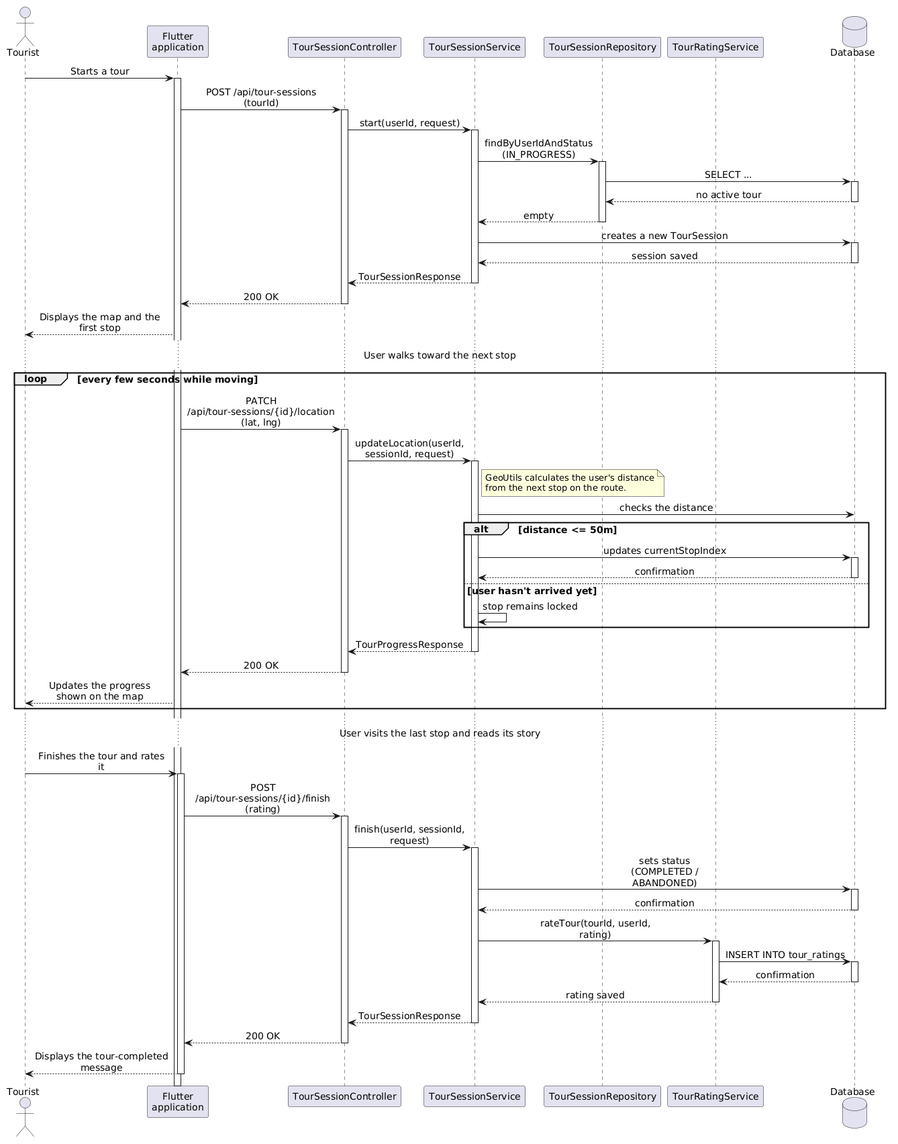
The PlantUML diagram slike/Tura.png in ffilko/diplomski-rad-filip-filko, before a commit. Its diagram source:
```plantuml
@startuml
skinparam sequenceMessageAlign center
skinparam maxMessageSize 200
skinparam defaultFontSize 14
skinparam noteFontSize 13

actor Tourist
participant "Flutter\napplication" as App
participant "TourSessionController" as TSC
participant "TourSessionService" as TSS
participant "TourSessionRepository" as TSR
participant "TourRatingService" as TRS
database "Database" as DB

Tourist -> App: Starts a tour
activate App
App -> TSC: POST /api/tour-sessions\n(tourId)
activate TSC
TSC -> TSS: start(userId, request)
activate TSS
TSS -> TSR: findByUserIdAndStatus\n(IN_PROGRESS)
activate TSR
TSR -> DB: SELECT ...
activate DB
DB --> TSR: no active tour
deactivate DB
TSR --> TSS: empty
deactivate TSR
TSS -> DB: creates a new TourSession
activate DB
DB --> TSS: session saved
deactivate DB
TSS --> TSC: TourSessionResponse
deactivate TSS
TSC --> App: 200 OK
deactivate TSC
App --> Tourist: Displays the map and the first stop

... User walks toward the next stop ...

loop every few seconds while moving
App -> TSC: PATCH /api/tour-sessions/{id}/location\n(lat, lng)
activate TSC
TSC -> TSS: updateLocation(userId, sessionId, request)
activate TSS
note right of TSS
  GeoUtils calculates the user's distance
  from the next stop on the route.
end note
TSS -> DB: checks the distance
alt distance <= 50m
  TSS -> DB: updates currentStopIndex
  activate DB
  DB --> TSS: confirmation
  deactivate DB
else user hasn't arrived yet
  TSS -> TSS: stop remains locked
end
TSS --> TSC: TourProgressResponse
deactivate TSS
TSC --> App: 200 OK
deactivate TSC
App --> Tourist: Updates the progress shown on the map
end

... User visits the last stop and reads its story ...

Tourist -> App: Finishes the tour and rates it
activate App
App -> TSC: POST /api/tour-sessions/{id}/finish\n(rating)
activate TSC
TSC -> TSS: finish(userId, sessionId, request)
activate TSS
TSS -> DB: sets status\n(COMPLETED / ABANDONED)
activate DB
DB --> TSS: confirmation
deactivate DB
TSS -> TRS: rateTour(tourId, userId, rating)
activate TRS
TRS -> DB: INSERT INTO tour_ratings
activate DB
DB --> TRS: confirmation
deactivate DB
TRS --> TSS: rating saved
deactivate TRS
TSS --> TSC: TourSessionResponse
deactivate TSS
TSC --> App: 200 OK
deactivate TSC
App --> Tourist: Displays the tour-completed message
deactivate App
@enduml
```
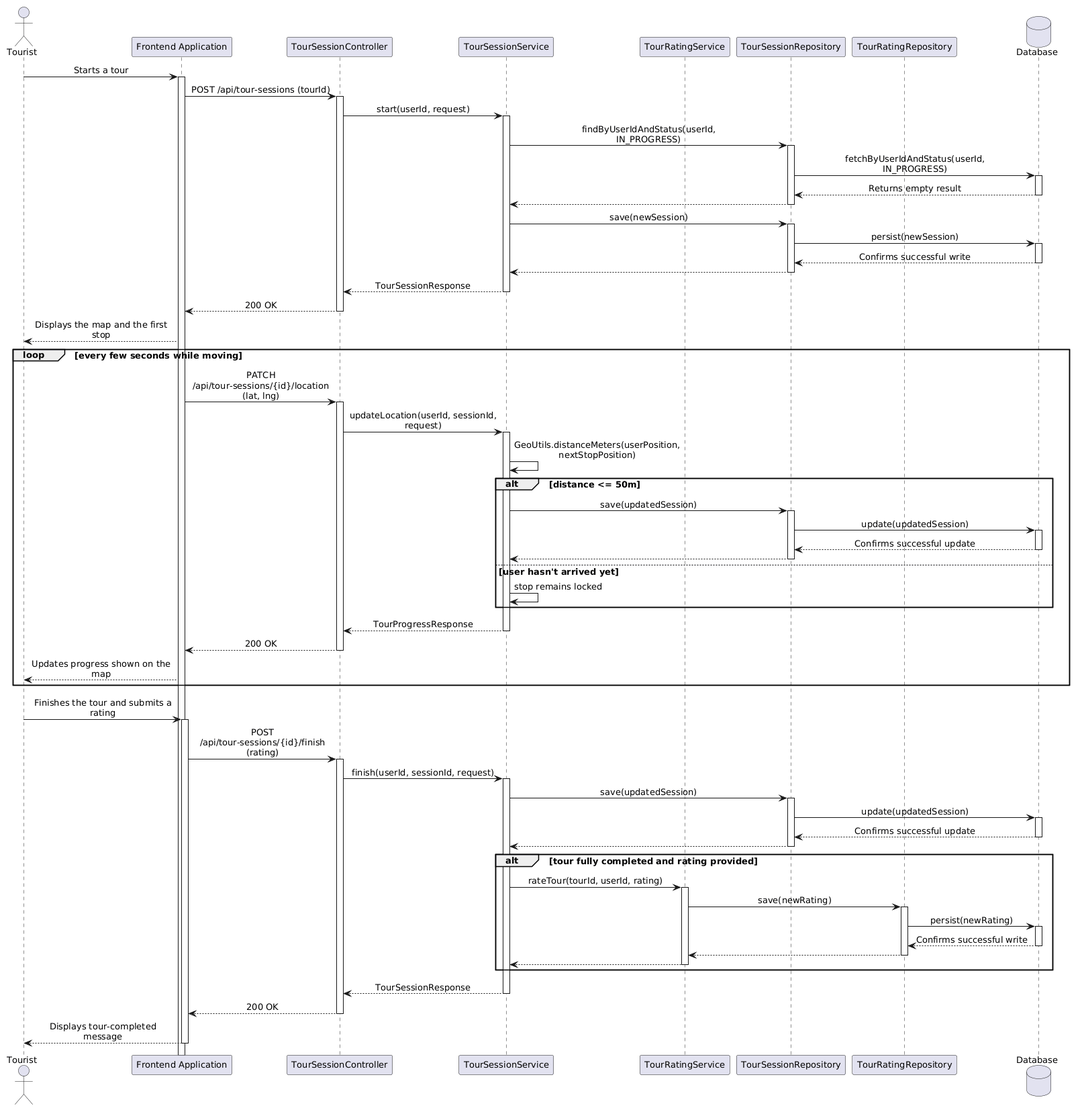
After the change.

Diff of the diagram source:
```diff
@@ -1,58 +1,61 @@
 @startuml
 skinparam sequenceMessageAlign center
-skinparam maxMessageSize 200
-skinparam defaultFontSize 14
-skinparam noteFontSize 13
+skinparam maxMessageSize 220
+skinparam defaultFontSize 13
 
 actor Tourist
-participant "Flutter\napplication" as App
+participant "Frontend Application" as App
 participant "TourSessionController" as TSC
 participant "TourSessionService" as TSS
+participant "TourRatingService" as TRS
 participant "TourSessionRepository" as TSR
-participant "TourRatingService" as TRS
+participant "TourRatingRepository" as TRR
 database "Database" as DB
 
 Tourist -> App: Starts a tour
 activate App
-App -> TSC: POST /api/tour-sessions\n(tourId)
+App -> TSC: POST /api/tour-sessions (tourId)
 activate TSC
 TSC -> TSS: start(userId, request)
 activate TSS
-TSS -> TSR: findByUserIdAndStatus\n(IN_PROGRESS)
+TSS -> TSR: findByUserIdAndStatus(userId, IN_PROGRESS)
 activate TSR
-TSR -> DB: SELECT ...
+TSR -> DB: fetchByUserIdAndStatus(userId, IN_PROGRESS)
 activate DB
-DB --> TSR: no active tour
+DB --> TSR: Returns empty result
 deactivate DB
-TSR --> TSS: empty
+TSR --> TSS
 deactivate TSR
-TSS -> DB: creates a new TourSession
+TSS -> TSR: save(newSession)
+activate TSR
+TSR -> DB: persist(newSession)
 activate DB
-DB --> TSS: session saved
+DB --> TSR: Confirms successful write
 deactivate DB
+TSR --> TSS
+deactivate TSR
 TSS --> TSC: TourSessionResponse
 deactivate TSS
 TSC --> App: 200 OK
 deactivate TSC
 App --> Tourist: Displays the map and the first stop
 
-... User walks toward the next stop ...
 
 loop every few seconds while moving
-App -> TSC: PATCH /api/tour-sessions/{id}/location\n(lat, lng)
+App -> TSC: PATCH /api/tour-sessions/{id}/location (lat, lng)
 activate TSC
 TSC -> TSS: updateLocation(userId, sessionId, request)
 activate TSS
-note right of TSS
-  GeoUtils calculates the user's distance
-  from the next stop on the route.
-end note
-TSS -> DB: checks the distance
+TSS -> TSS: GeoUtils.distanceMeters(userPosition, nextStopPosition)
 alt distance <= 50m
-  TSS -> DB: updates currentStopIndex
+  TSS -> TSR: save(updatedSession)
+  activate TSR
+  TSR -> DB: update(updatedSession)
   activate DB
-  DB --> TSS: confirmation
+  DB --> TSR: Confirms successful update
   deactivate DB
+  TSR --> TSS
+  deactivate TSR
 else user hasn't arrived yet
   TSS -> TSS: stop remains locked
 end
@@ -60,33 +63,41 @@
 deactivate TSS
 TSC --> App: 200 OK
 deactivate TSC
-App --> Tourist: Updates the progress shown on the map
+App --> Tourist: Updates progress shown on the map
 end
 
-... User visits the last stop and reads its story ...
-
-Tourist -> App: Finishes the tour and rates it
+Tourist -> App: Finishes the tour and submits a rating
 activate App
-App -> TSC: POST /api/tour-sessions/{id}/finish\n(rating)
+App -> TSC: POST /api/tour-sessions/{id}/finish (rating)
 activate TSC
 TSC -> TSS: finish(userId, sessionId, request)
 activate TSS
-TSS -> DB: sets status\n(COMPLETED / ABANDONED)
+TSS -> TSR: save(updatedSession)
+activate TSR
+TSR -> DB: update(updatedSession)
 activate DB
-DB --> TSS: confirmation
+DB --> TSR: Confirms successful update
 deactivate DB
-TSS -> TRS: rateTour(tourId, userId, rating)
-activate TRS
-TRS -> DB: INSERT INTO tour_ratings
-activate DB
-DB --> TRS: confirmation
-deactivate DB
-TRS --> TSS: rating saved
-deactivate TRS
+TSR --> TSS
+deactivate TSR
+alt tour fully completed and rating provided
+  TSS -> TRS: rateTour(tourId, userId, rating)
+  activate TRS
+  TRS -> TRR: save(newRating)
+  activate TRR
+  TRR -> DB: persist(newRating)
+  activate DB
+  DB --> TRR: Confirms successful write
+  deactivate DB
+  TRR --> TRS
+  deactivate TRR
+  TRS --> TSS
+  deactivate TRS
+end
 TSS --> TSC: TourSessionResponse
 deactivate TSS
 TSC --> App: 200 OK
 deactivate TSC
-App --> Tourist: Displays the tour-completed message
+App --> Tourist: Displays tour-completed message
 deactivate App
 @enduml
```
